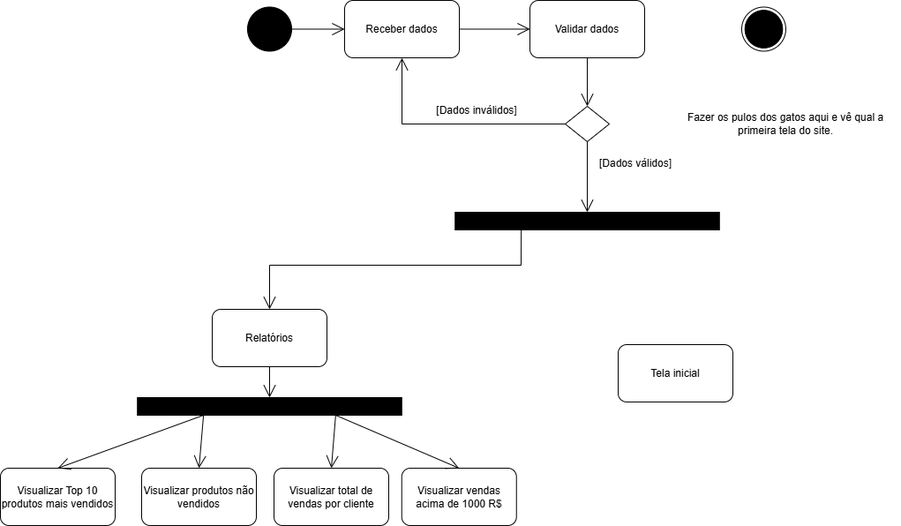
Above: APOO/diagrama_atividade/Diagrama_atividade_click_compre.drawio.png in joao-marcos-azvd/Estudos-de-programacao (draw.io), before the change. Source tidied: cells renumbered, new cells last; positions are measured from the earlier drawing's top-left corner, leaving out a move shared by most shapes.
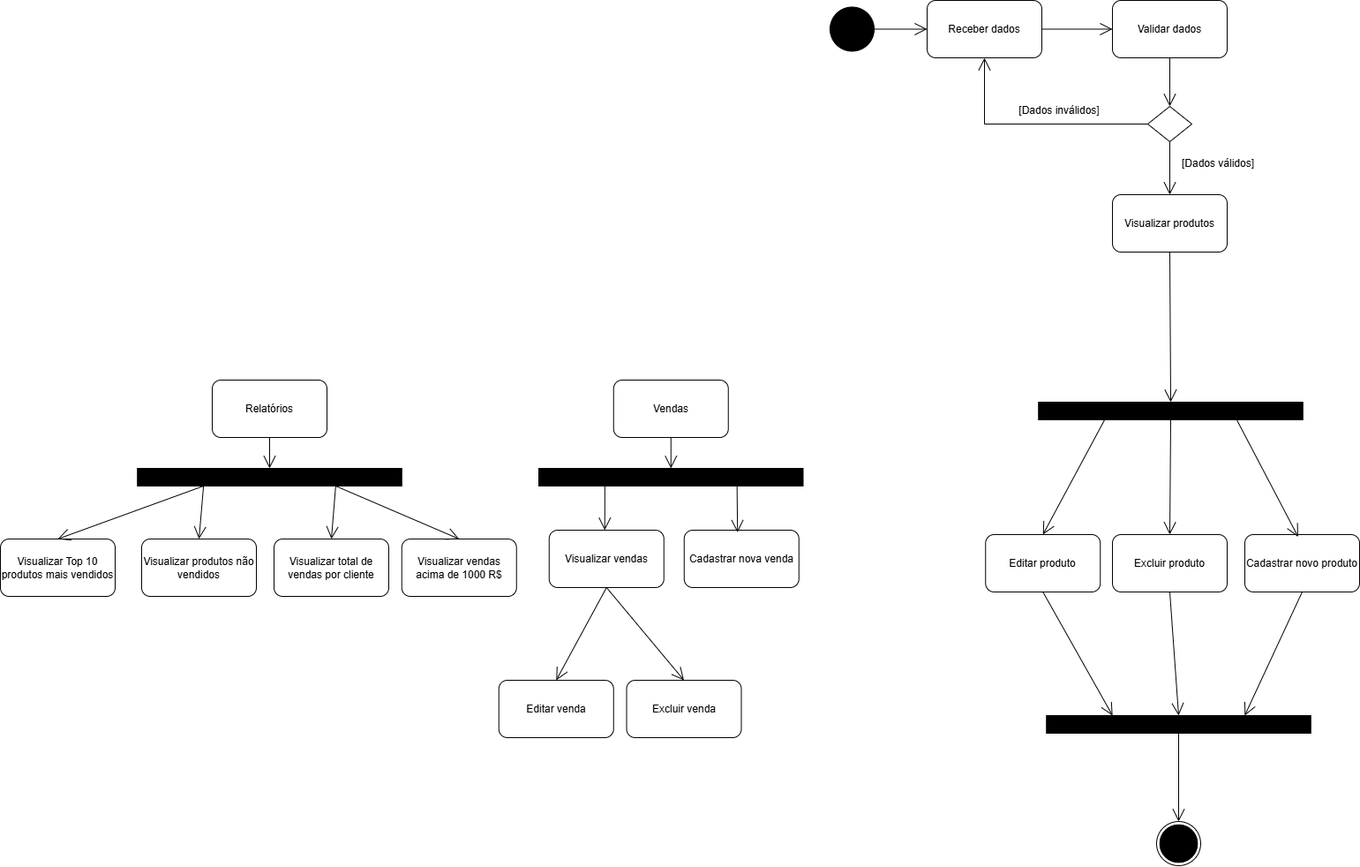
The same diagram one commit later.

Diff of the diagram source:
```diff
@@ -3,13 +3,13 @@
     <mxCell id="0" />
     <mxCell id="1" parent="0" />
     <mxCell id="2" style="ellipse;shape=doubleEllipse;whiteSpace=wrap;html=1;" parent="1" vertex="1">
-      <mxGeometry x="840" y="7.5" width="50" height="50" as="geometry" />
+      <mxGeometry x="650" y="930" width="50" height="50" as="geometry" />
     </mxCell>
     <mxCell id="3" style="ellipse;shape=doubleEllipse;whiteSpace=wrap;html=1;fillColor=#000000;" parent="1" vertex="1">
       <mxGeometry x="280" y="7.5" width="50" height="50" as="geometry" />
     </mxCell>
     <mxCell id="4" style="ellipse;shape=doubleEllipse;whiteSpace=wrap;html=1;fillColor=#000000;" parent="1" vertex="1">
-      <mxGeometry x="843.8" y="11.2" width="42.5" height="42.5" as="geometry" />
+      <mxGeometry x="653.8" y="933.8" width="42.5" height="42.5" as="geometry" />
     </mxCell>
     <mxCell id="5" value="Receber dados" style="rounded=1;whiteSpace=wrap;html=1;" parent="1" vertex="1">
       <mxGeometry x="390" width="130" height="65" as="geometry" />
@@ -39,43 +39,32 @@
     <mxCell id="12" value="[Dados inválidos]" style="text;strokeColor=none;align=center;fillColor=none;html=1;verticalAlign=middle;whiteSpace=wrap;rounded=0;" parent="1" vertex="1">
       <mxGeometry x="480" y="110" width="120" height="30" as="geometry" />
     </mxCell>
-    <mxCell id="13" style="endArrow=open;endFill=1;endSize=12;html=1;rounded=0;exitX=0.5;exitY=1;exitDx=0;exitDy=0;entryX=0.5;entryY=0;entryDx=0;entryDy=0;" parent="1" edge="1" source="9" target="15">
+    <mxCell id="13" style="endArrow=open;endFill=1;endSize=12;html=1;rounded=0;exitX=0.5;exitY=1;exitDx=0;exitDy=0;entryX=0.5;entryY=0;entryDx=0;entryDy=0;" parent="1" edge="1" source="9" target="28">
       <mxGeometry relative="1" as="geometry" />
     </mxCell>
     <mxCell id="14" value="[Dados válidos]" style="text;strokeColor=none;align=center;fillColor=none;html=1;verticalAlign=middle;whiteSpace=wrap;rounded=0;" parent="1" vertex="1">
       <mxGeometry x="660" y="170" width="120" height="30" as="geometry" />
     </mxCell>
-    <mxCell id="15" value="Object" style="html=1;whiteSpace=wrap;fillColor=#000000;" parent="1" vertex="1">
-      <mxGeometry x="515.2" y="240" width="299.5" height="20" as="geometry" />
-    </mxCell>
     <mxCell id="16" value="Object" style="html=1;whiteSpace=wrap;fillColor=#000000;" parent="1" vertex="1">
-      <mxGeometry x="155.2" y="450" width="299.5" height="20" as="geometry" />
+      <mxGeometry x="-504.8" y="530" width="299.5" height="20" as="geometry" />
     </mxCell>
-    <mxCell id="17" style="endArrow=open;endFill=1;endSize=12;html=1;rounded=0;exitX=0.25;exitY=1;exitDx=0;exitDy=0;entryX=0.5;entryY=0;entryDx=0;entryDy=0;" parent="1" edge="1" source="15" target="20">
-      <mxGeometry relative="1" as="geometry">
-        <Array as="points">
-          <mxPoint x="590" y="300" />
-          <mxPoint x="305" y="300" />
-        </Array>
-      </mxGeometry>
-    </mxCell>
     <mxCell id="18" style="endArrow=open;endFill=1;endSize=12;html=1;rounded=0;exitX=0.5;exitY=1;exitDx=0;exitDy=0;entryX=0.5;entryY=0;entryDx=0;entryDy=0;" parent="1" edge="1" source="20" target="16">
       <mxGeometry relative="1" as="geometry" />
     </mxCell>
     <mxCell id="19" value="Visualizar Top 10 produtos mais vendidos" style="rounded=1;whiteSpace=wrap;html=1;" parent="1" vertex="1">
-      <mxGeometry y="530" width="130" height="65" as="geometry" />
+      <mxGeometry x="-660" y="610" width="130" height="65" as="geometry" />
     </mxCell>
     <mxCell id="20" value="Relatórios" style="rounded=1;whiteSpace=wrap;html=1;" parent="1" vertex="1">
-      <mxGeometry x="240" y="350" width="130" height="65" as="geometry" />
+      <mxGeometry x="-420" y="430" width="130" height="65" as="geometry" />
     </mxCell>
     <mxCell id="21" value="Visualizar produtos não vendidos" style="rounded=1;whiteSpace=wrap;html=1;" parent="1" vertex="1">
-      <mxGeometry x="160" y="530" width="130" height="65" as="geometry" />
+      <mxGeometry x="-500" y="610" width="130" height="65" as="geometry" />
     </mxCell>
     <mxCell id="22" value="Visualizar vendas acima de 1000 R$" style="rounded=1;whiteSpace=wrap;html=1;" parent="1" vertex="1">
-      <mxGeometry x="454.8" y="530" width="130" height="65" as="geometry" />
+      <mxGeometry x="-205.2" y="610" width="130" height="65" as="geometry" />
     </mxCell>
     <mxCell id="23" value="Visualizar total de vendas por cliente" style="rounded=1;whiteSpace=wrap;html=1;" parent="1" vertex="1">
-      <mxGeometry x="310" y="530" width="130" height="65" as="geometry" />
+      <mxGeometry x="-350" y="610" width="130" height="65" as="geometry" />
     </mxCell>
     <mxCell id="24" style="endArrow=open;endFill=1;endSize=12;html=1;rounded=0;exitX=0.25;exitY=1;exitDx=0;exitDy=0;entryX=0.5;entryY=0;entryDx=0;entryDy=0;" parent="1" edge="1" source="16" target="19">
       <mxGeometry relative="1" as="geometry" />
@@ -89,11 +78,82 @@
     <mxCell id="27" style="endArrow=open;endFill=1;endSize=12;html=1;rounded=0;exitX=0.75;exitY=1;exitDx=0;exitDy=0;entryX=0.5;entryY=0;entryDx=0;entryDy=0;" parent="1" edge="1" source="16" target="22">
       <mxGeometry relative="1" as="geometry" />
     </mxCell>
-    <mxCell id="28" value="Tela inicial" style="rounded=1;whiteSpace=wrap;html=1;" parent="1" vertex="1">
-      <mxGeometry x="700" y="390" width="130" height="65" as="geometry" />
+    <mxCell id="28" value="Visualizar produtos" style="rounded=1;whiteSpace=wrap;html=1;" parent="1" vertex="1">
+      <mxGeometry x="600" y="220" width="130" height="65" as="geometry" />
     </mxCell>
-    <mxCell id="29" value="Fazer os pulos dos gatos aqui e vê qual a primeira tela do site." style="text;strokeColor=none;align=center;fillColor=none;html=1;verticalAlign=middle;whiteSpace=wrap;rounded=0;" parent="1" vertex="1">
-      <mxGeometry x="760" y="85" width="260" height="110" as="geometry" />
-    </mxCell>
+    <mxCell id="30" value="Object" style="html=1;whiteSpace=wrap;fillColor=#000000;" parent="1" vertex="1">
+      <mxGeometry x="-50" y="530" width="299.5" height="20" as="geometry" />
+    </mxCell>
+    <mxCell id="31" style="endArrow=open;endFill=1;endSize=12;html=1;rounded=0;exitX=0.5;exitY=1;exitDx=0;exitDy=0;entryX=0.5;entryY=0;entryDx=0;entryDy=0;" parent="1" edge="1" source="32" target="30">
+      <mxGeometry relative="1" as="geometry" />
+    </mxCell>
+    <mxCell id="32" value="Vendas" style="rounded=1;whiteSpace=wrap;html=1;" parent="1" vertex="1">
+      <mxGeometry x="34.8" y="430" width="130" height="65" as="geometry" />
+    </mxCell>
+    <mxCell id="33" value="Visualizar vendas" style="rounded=1;whiteSpace=wrap;html=1;" parent="1" vertex="1">
+      <mxGeometry x="-38.2" y="600" width="130" height="65" as="geometry" />
+    </mxCell>
+    <mxCell id="34" value="Cadastrar nova venda" style="rounded=1;whiteSpace=wrap;html=1;" parent="1" vertex="1">
+      <mxGeometry x="114.8" y="600" width="130" height="65" as="geometry" />
+    </mxCell>
+    <mxCell id="35" style="endArrow=open;endFill=1;endSize=12;html=1;rounded=0;exitX=0.25;exitY=1;exitDx=0;exitDy=0;" parent="1" edge="1" source="30">
+      <mxGeometry relative="1" as="geometry">
+        <mxPoint x="24.8" y="600" as="targetPoint" />
+      </mxGeometry>
+    </mxCell>
+    <mxCell id="36" style="endArrow=open;endFill=1;endSize=12;html=1;rounded=0;exitX=0.75;exitY=1;exitDx=0;exitDy=0;entryX=0.465;entryY=0.041;entryDx=0;entryDy=0;entryPerimeter=0;" parent="1" edge="1" source="30" target="34">
+      <mxGeometry relative="1" as="geometry" />
+    </mxCell>
+    <mxCell id="37" style="endArrow=open;endFill=1;endSize=12;html=1;rounded=0;exitX=0.5;exitY=1;exitDx=0;exitDy=0;entryX=0.5;entryY=0;entryDx=0;entryDy=0;" parent="1" edge="1" source="33" target="38">
+      <mxGeometry relative="1" as="geometry" />
+    </mxCell>
+    <mxCell id="38" value="Editar venda" style="rounded=1;whiteSpace=wrap;html=1;" parent="1" vertex="1">
+      <mxGeometry x="-95.2" y="770" width="130" height="65" as="geometry" />
+    </mxCell>
+    <mxCell id="39" value="Cadastrar novo produto" style="rounded=1;whiteSpace=wrap;html=1;" parent="1" vertex="1">
+      <mxGeometry x="750" y="605" width="130" height="65" as="geometry" />
+    </mxCell>
+    <mxCell id="40" style="endArrow=open;endFill=1;endSize=12;html=1;rounded=0;exitX=0.75;exitY=1;exitDx=0;exitDy=0;entryX=0.465;entryY=0.041;entryDx=0;entryDy=0;entryPerimeter=0;" parent="1" edge="1" source="47" target="39">
+      <mxGeometry relative="1" as="geometry" />
+    </mxCell>
+    <mxCell id="41" style="endArrow=open;endFill=1;endSize=12;html=1;rounded=0;entryX=0.5;entryY=0;entryDx=0;entryDy=0;exitX=0.25;exitY=1;exitDx=0;exitDy=0;" parent="1" edge="1" source="47" target="42">
+      <mxGeometry relative="1" as="geometry" />
+    </mxCell>
+    <mxCell id="42" value="Editar produto" style="rounded=1;whiteSpace=wrap;html=1;" parent="1" vertex="1">
+      <mxGeometry x="456.2" y="605" width="130" height="65" as="geometry" />
+    </mxCell>
+    <mxCell id="43" value="Excluir venda" style="rounded=1;whiteSpace=wrap;html=1;" parent="1" vertex="1">
+      <mxGeometry x="49.5" y="770" width="130" height="65" as="geometry" />
+    </mxCell>
+    <mxCell id="44" style="endArrow=open;endFill=1;endSize=12;html=1;rounded=0;exitX=0.5;exitY=1;exitDx=0;exitDy=0;entryX=0.5;entryY=0;entryDx=0;entryDy=0;" parent="1" edge="1" source="33" target="43">
+      <mxGeometry relative="1" as="geometry" />
+    </mxCell>
+    <mxCell id="45" value="Excluir produto" style="rounded=1;whiteSpace=wrap;html=1;" parent="1" vertex="1">
+      <mxGeometry x="600" y="605" width="130" height="65" as="geometry" />
+    </mxCell>
+    <mxCell id="46" style="endArrow=open;endFill=1;endSize=12;html=1;rounded=0;exitX=0.5;exitY=1;exitDx=0;exitDy=0;entryX=0.5;entryY=0;entryDx=0;entryDy=0;" parent="1" edge="1" source="47" target="45">
+      <mxGeometry relative="1" as="geometry" />
+    </mxCell>
+    <mxCell id="47" value="Object" style="html=1;whiteSpace=wrap;fillColor=#000000;" parent="1" vertex="1">
+      <mxGeometry x="516.2" y="455" width="299.5" height="20" as="geometry" />
+    </mxCell>
+    <mxCell id="48" style="endArrow=open;endFill=1;endSize=12;html=1;rounded=0;exitX=0.5;exitY=1;exitDx=0;exitDy=0;entryX=0.5;entryY=0;entryDx=0;entryDy=0;" parent="1" edge="1" source="28" target="47">
+      <mxGeometry relative="1" as="geometry" />
+    </mxCell>
+    <mxCell id="49" value="Object" style="html=1;whiteSpace=wrap;fillColor=#000000;" parent="1" vertex="1">
+      <mxGeometry x="525.2" y="810" width="299.5" height="20" as="geometry" />
+    </mxCell>
+    <mxCell id="50" style="endArrow=open;endFill=1;endSize=12;html=1;rounded=0;entryX=0.25;entryY=0;entryDx=0;entryDy=0;exitX=0.5;exitY=1;exitDx=0;exitDy=0;" parent="1" edge="1" source="42" target="49">
+      <mxGeometry relative="1" as="geometry" />
+    </mxCell>
+    <mxCell id="51" style="endArrow=open;endFill=1;endSize=12;html=1;rounded=0;exitX=0.5;exitY=1;exitDx=0;exitDy=0;entryX=0.5;entryY=0;entryDx=0;entryDy=0;" parent="1" edge="1" source="45" target="49">
+      <mxGeometry relative="1" as="geometry" />
+    </mxCell>
+    <mxCell id="52" style="endArrow=open;endFill=1;endSize=12;html=1;rounded=0;entryX=0.75;entryY=0;entryDx=0;entryDy=0;exitX=0.5;exitY=1;exitDx=0;exitDy=0;" parent="1" edge="1" source="39" target="49">
+      <mxGeometry relative="1" as="geometry" />
+    </mxCell>
+    <mxCell id="53" style="endArrow=open;endFill=1;endSize=12;html=1;rounded=0;entryX=0.5;entryY=0;entryDx=0;entryDy=0;exitX=0.5;exitY=1;exitDx=0;exitDy=0;" parent="1" edge="1" source="49" target="2">
+      <mxGeometry relative="1" as="geometry" />
+    </mxCell>
   </root>
 </mxGraphModel>
```
